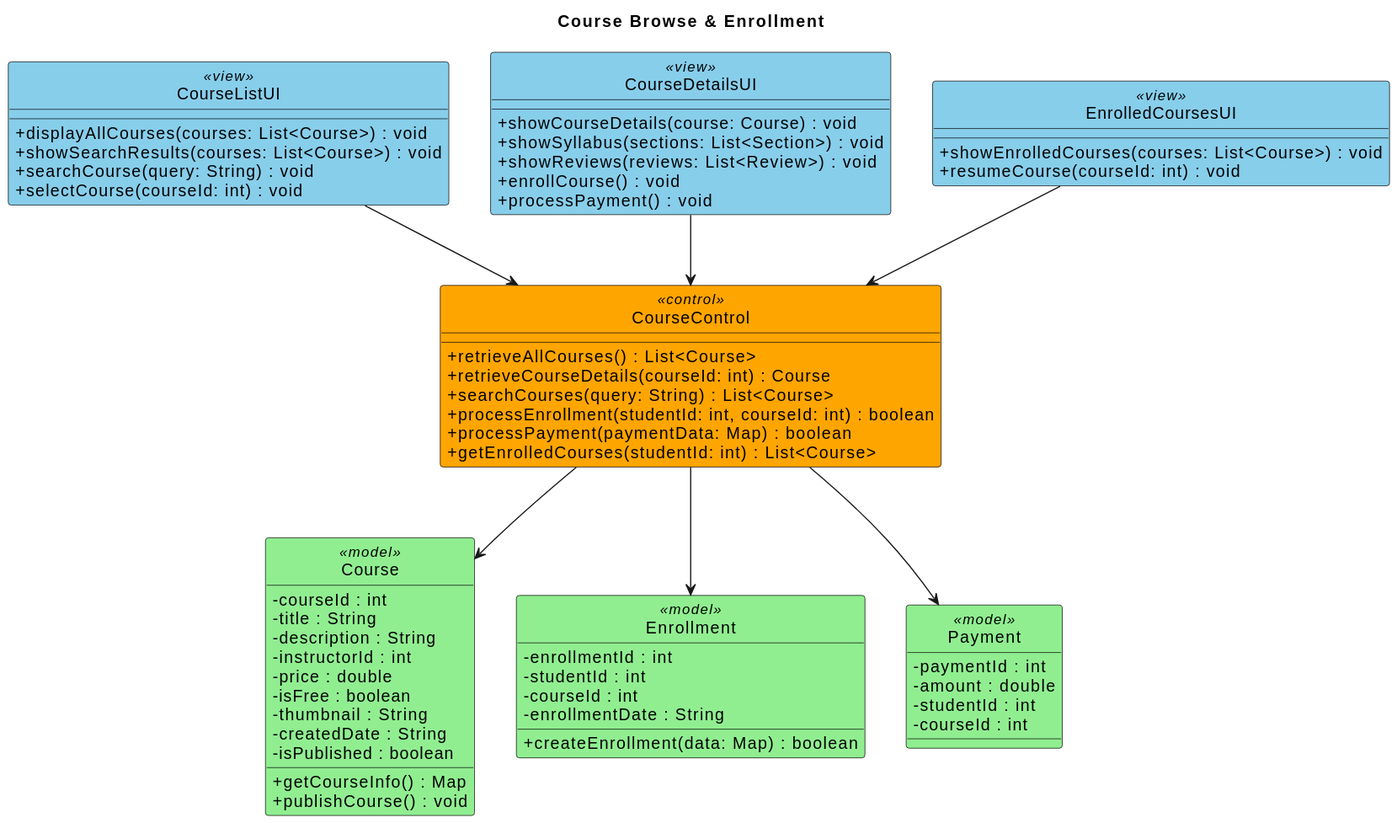
Earlier version of the PlantUML export out/puml_files/CouseBrowse&Enrollment/4.svg (mdyousufniaz/CSE-326). Source of this version:
```plantuml
@startuml
title Course Browse & Enrollment


hide circle
skinparam classAttributeIconSize 0

skinparam class {
    BackgroundColor<<view>> SkyBlue
    BackgroundColor<<control>> Orange
    BackgroundColor<<model>> LightGreen
    BackgroundColor<<enumeration>> HotPink
    BorderColor Black
}

class CourseListUI <<view>> {
    +displayAllCourses(courses: List<Course>) : void
    +showSearchResults(courses: List<Course>) : void
    +searchCourse(query: String) : void
    +selectCourse(courseId: int) : void
}

class CourseDetailsUI <<view>> {
    +showCourseDetails(course: Course) : void
    +showSyllabus(sections: List<Section>) : void
    +showReviews(reviews: List<Review>) : void
    +enrollCourse() : void
    +processPayment() : void
}

class EnrolledCoursesUI <<view>> {
    +showEnrolledCourses(courses: List<Course>) : void
    +resumeCourse(courseId: int) : void
}

class CourseControl <<control>> {
    +retrieveAllCourses() : List<Course>
    +retrieveCourseDetails(courseId: int) : Course
    +searchCourses(query: String) : List<Course>
    +processEnrollment(studentId: int, courseId: int) : boolean
    +processPayment(paymentData: Map) : boolean
    +getEnrolledCourses(studentId: int) : List<Course>
}

class Course <<model>> {
    -courseId : int
    -title : String
    -description : String
    -instructorId : int
    -price : double
    -isFree : boolean
    -thumbnail : String
    -createdDate : String
    -isPublished : boolean
    +getCourseInfo() : Map
    +publishCourse() : void
}

class Enrollment <<model>> {
    -enrollmentId : int
    -studentId : int
    -courseId : int
    -enrollmentDate : String
    +createEnrollment(data: Map) : boolean
}

class Payment <<model>> {
    -paymentId : int
    -amount : double
    -studentId : int
    -courseId : int
}

CourseListUI --> CourseControl
CourseDetailsUI --> CourseControl
EnrolledCoursesUI --> CourseControl

CourseControl --> Course
CourseControl --> Enrollment
CourseControl --> Payment
@enduml
```
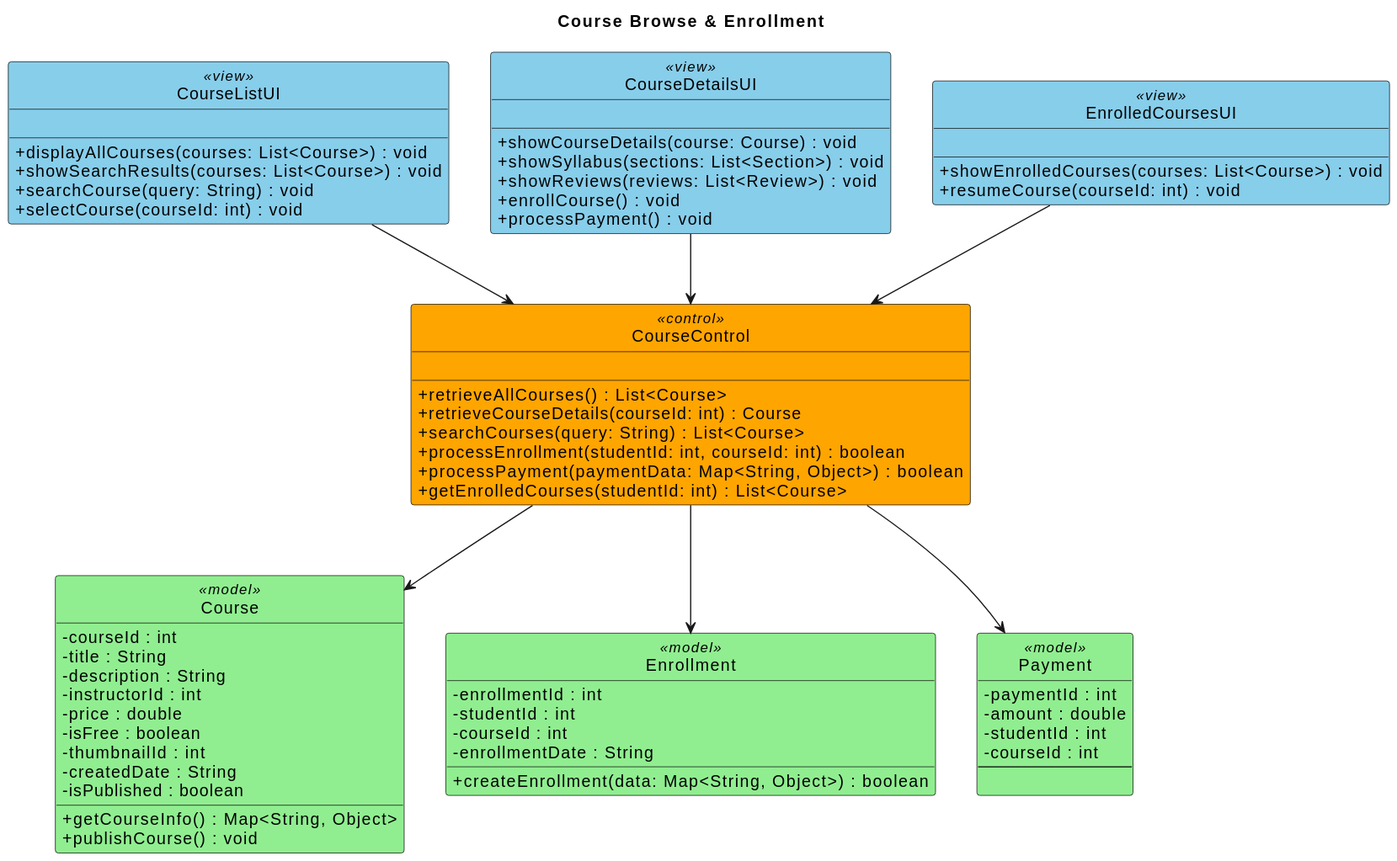
After the commit.

The edit, as a diff of the source:
```diff
@@ -1,6 +1,8 @@
 @startuml
 title Course Browse & Enrollment
 
+
+!define EMPTY_LINE <&transparent>
 
 hide circle
 skinparam classAttributeIconSize 0
@@ -14,6 +16,8 @@
 }
 
 class CourseListUI <<view>> {
+    EMPTY_LINE
+
     +displayAllCourses(courses: List<Course>) : void
     +showSearchResults(courses: List<Course>) : void
     +searchCourse(query: String) : void
@@ -21,6 +25,8 @@
 }
 
 class CourseDetailsUI <<view>> {
+    EMPTY_LINE
+
     +showCourseDetails(course: Course) : void
     +showSyllabus(sections: List<Section>) : void
     +showReviews(reviews: List<Review>) : void
@@ -29,16 +35,20 @@
 }
 
 class EnrolledCoursesUI <<view>> {
+    EMPTY_LINE
+
     +showEnrolledCourses(courses: List<Course>) : void
     +resumeCourse(courseId: int) : void
 }
 
 class CourseControl <<control>> {
+    EMPTY_LINE
+
     +retrieveAllCourses() : List<Course>
     +retrieveCourseDetails(courseId: int) : Course
     +searchCourses(query: String) : List<Course>
     +processEnrollment(studentId: int, courseId: int) : boolean
-    +processPayment(paymentData: Map) : boolean
+    +processPayment(paymentData: Map<String, Object>) : boolean
     +getEnrolledCourses(studentId: int) : List<Course>
 }
 
@@ -49,10 +59,10 @@
     -instructorId : int
     -price : double
     -isFree : boolean
-    -thumbnail : String
+    -thumbnailId : int
     -createdDate : String
     -isPublished : boolean
-    +getCourseInfo() : Map
+    +getCourseInfo() : Map<String, Object>
     +publishCourse() : void
 }
 
@@ -61,7 +71,7 @@
     -studentId : int
     -courseId : int
     -enrollmentDate : String
-    +createEnrollment(data: Map) : boolean
+    +createEnrollment(data: Map<String, Object>) : boolean
 }
 
 class Payment <<model>> {
@@ -69,6 +79,8 @@
     -amount : double
     -studentId : int
     -courseId : int
+    --
+    EMPTY_LINE
 }
 
 CourseListUI --> CourseControl
```
